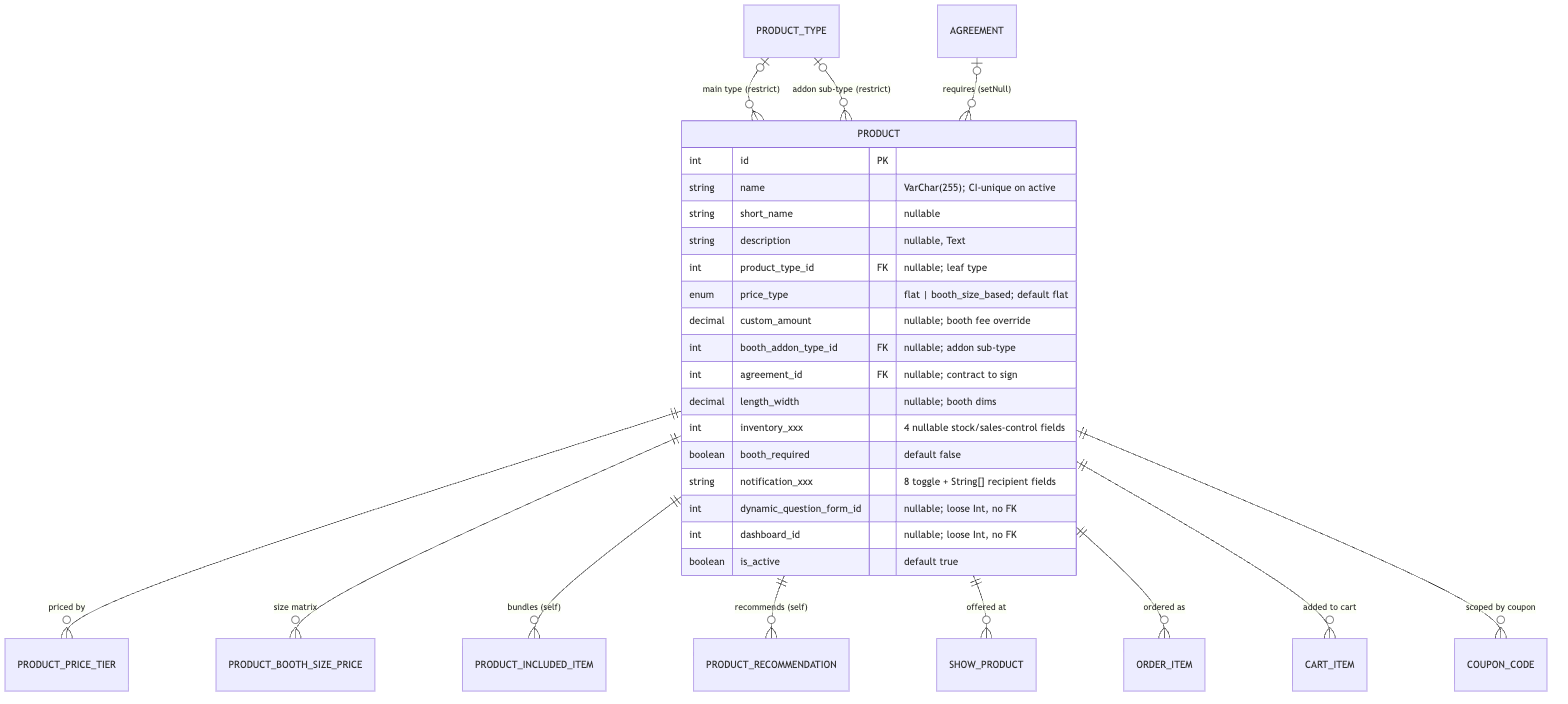
Above: relationship/2-entities/schema/product.png in prantikUIPL/sbe-backend-workspace (Mermaid), before the change. Its source is kept beside it as relationship/2-entities/schema/product.mmd. The source it was exported from:
```mermaid
erDiagram
    PRODUCT_TYPE             |o--o{ PRODUCT : "main type (restrict)"
    PRODUCT_TYPE             |o--o{ PRODUCT : "addon sub-type (restrict)"
    AGREEMENT                |o--o{ PRODUCT : "requires (setNull)"
    PRODUCT                  ||--o{ PRODUCT_PRICE_TIER : "priced by"
    PRODUCT                  ||--o{ PRODUCT_BOOTH_SIZE_PRICE : "size matrix"
    PRODUCT                  ||--o{ PRODUCT_INCLUDED_ITEM : "bundles (self)"
    PRODUCT                  ||--o{ PRODUCT_RECOMMENDATION : "recommends (self)"
    PRODUCT                  ||--o{ SHOW_PRODUCT : "offered at"
    PRODUCT                  ||--o{ ORDER_ITEM : "ordered as"
    PRODUCT                  ||--o{ CART_ITEM : "added to cart"
    PRODUCT                  ||--o{ COUPON_CODE : "scoped by coupon"

    PRODUCT {
        int id PK
        string name "VarChar(255); CI-unique on active"
        string short_name "nullable"
        string description "nullable, Text"
        int product_type_id FK "nullable; leaf type"
        enum price_type "flat | booth_size_based; default flat"
        decimal custom_amount "nullable; booth fee override"
        int booth_addon_type_id FK "nullable; addon sub-type"
        int agreement_id FK "nullable; contract to sign"
        decimal length_width "nullable; booth dims"
        int inventory_xxx "4 nullable stock/sales-control fields"
        boolean booth_required "default false"
        string notification_xxx "8 toggle + String[] recipient fields"
        int dynamic_question_form_id "nullable; loose Int, no FK"
        int dashboard_id "nullable; loose Int, no FK"
        boolean is_active "default true"
    }
```
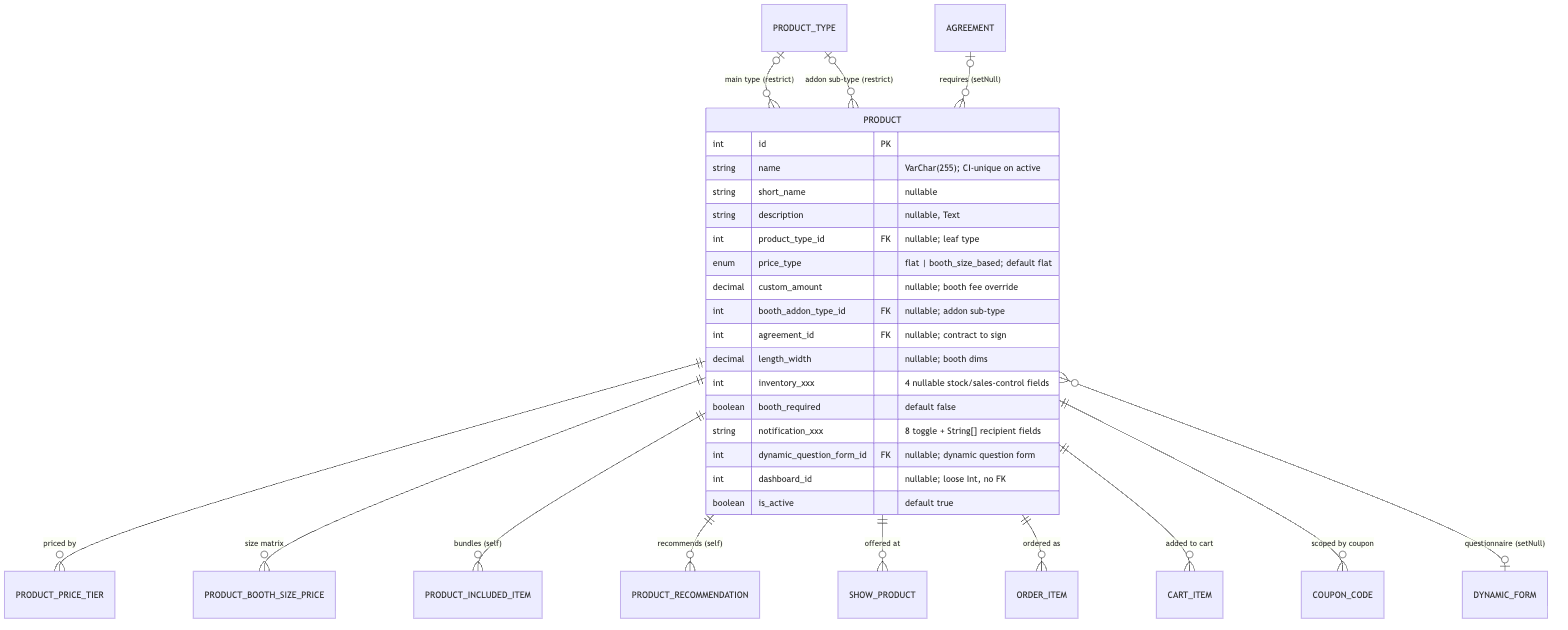
Above is the later version.

The edit, as a diff of the source:
```diff
@@ -10,6 +10,7 @@
     PRODUCT                  ||--o{ ORDER_ITEM : "ordered as"
     PRODUCT                  ||--o{ CART_ITEM : "added to cart"
     PRODUCT                  ||--o{ COUPON_CODE : "scoped by coupon"
+    PRODUCT                  }o--o| DYNAMIC_FORM : "questionnaire (setNull)"
 
     PRODUCT {
         int id PK
@@ -25,7 +26,7 @@
         int inventory_xxx "4 nullable stock/sales-control fields"
         boolean booth_required "default false"
         string notification_xxx "8 toggle + String[] recipient fields"
-        int dynamic_question_form_id "nullable; loose Int, no FK"
+        int dynamic_question_form_id FK "nullable; dynamic question form"
         int dashboard_id "nullable; loose Int, no FK"
         boolean is_active "default true"
     }
```
